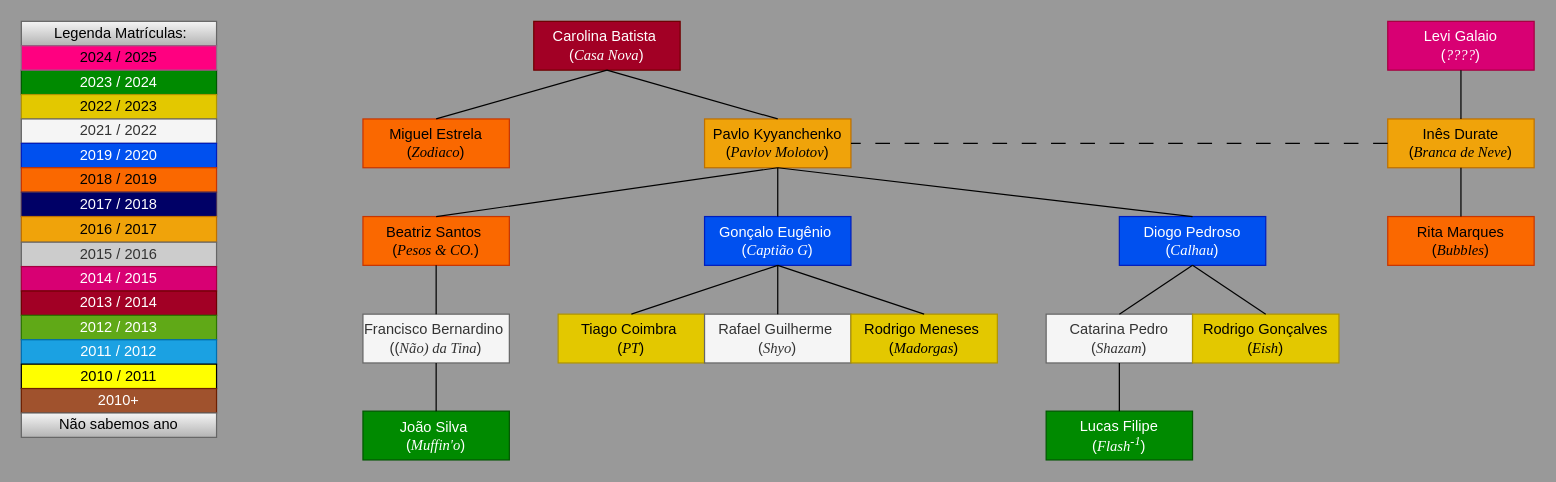
Before: Draw.io/Familia_da_Carolina_Batista.drawio in pdmtmr/PDMTMRTESTLOCATION-AKA-ARBUSTO, a draw.io diagram. Source tidied: cells renumbered, new cells numbered last; positions are measured from the earlier drawing's top-left corner, leaving out a move shared by most shapes. Both pictures are drawn from the tidied source at 122%, with x=0, y=0 at pixel (21, 21).
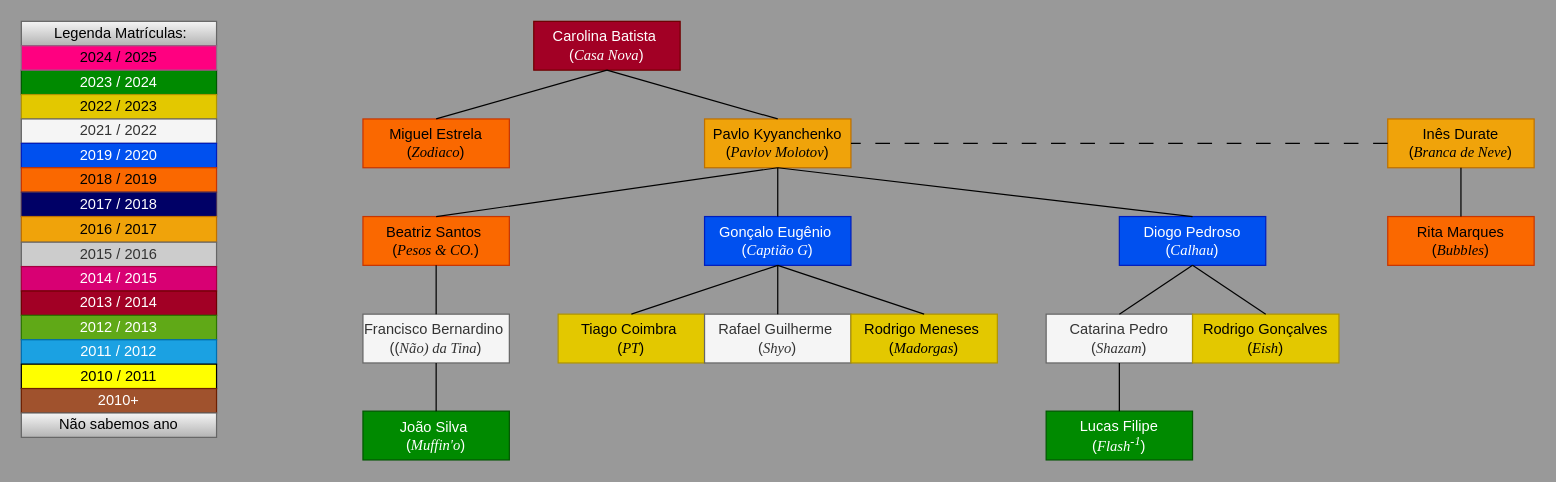
The same page after the edit.

The change refers to these unchanged cells:
```xml
<mxCell id="27" value="&lt;div&gt;&lt;span style=&quot;background-color: initial;&quot;&gt;Inês Durate&lt;/span&gt;&lt;/div&gt;&lt;div&gt;&lt;span style=&quot;background-color: initial;&quot;&gt;(&lt;font face=&quot;Times New Roman&quot;&gt;&lt;i&gt;Branca de Neve&lt;/i&gt;&lt;/font&gt;&lt;/span&gt;&lt;span style=&quot;background-color: initial;&quot;&gt;)&lt;/span&gt;&lt;/div&gt;" style="rounded=0;whiteSpace=wrap;html=1;fillColor=#f0a30a;fontColor=#000000;strokeColor=#BD7000;" parent="1" vertex="1">
  <mxGeometry x="1120" y="80" width="120" height="40" as="geometry" />
</mxCell>
```

Diff of the diagram source:
```diff
@@
-    <mxCell id="31" value="&lt;div&gt;Levi Galaio&lt;/div&gt;&lt;div&gt;&lt;span style=&quot;background-color: initial;&quot;&gt;(&lt;font face=&quot;Times New Roman&quot;&gt;&lt;i&gt;????&lt;/i&gt;&lt;/font&gt;&lt;/span&gt;&lt;span style=&quot;background-color: initial;&quot;&gt;)&lt;/span&gt;&lt;/div&gt;" style="rounded=0;whiteSpace=wrap;html=1;fillColor=#d80073;fontColor=#ffffff;strokeColor=#A50040;" parent="1" vertex="1">
-      <mxGeometry x="1120" width="120" height="40" as="geometry" />
-    </mxCell>
-    <mxCell id="32" style="endArrow=none;html=1;rounded=0;exitX=0.5;exitY=0;exitDx=0;exitDy=0;entryX=0.5;entryY=1;entryDx=0;entryDy=0;" parent="1" edge="1" source="27" target="31">
-      <mxGeometry relative="1" as="geometry" />
-    </mxCell>
```
